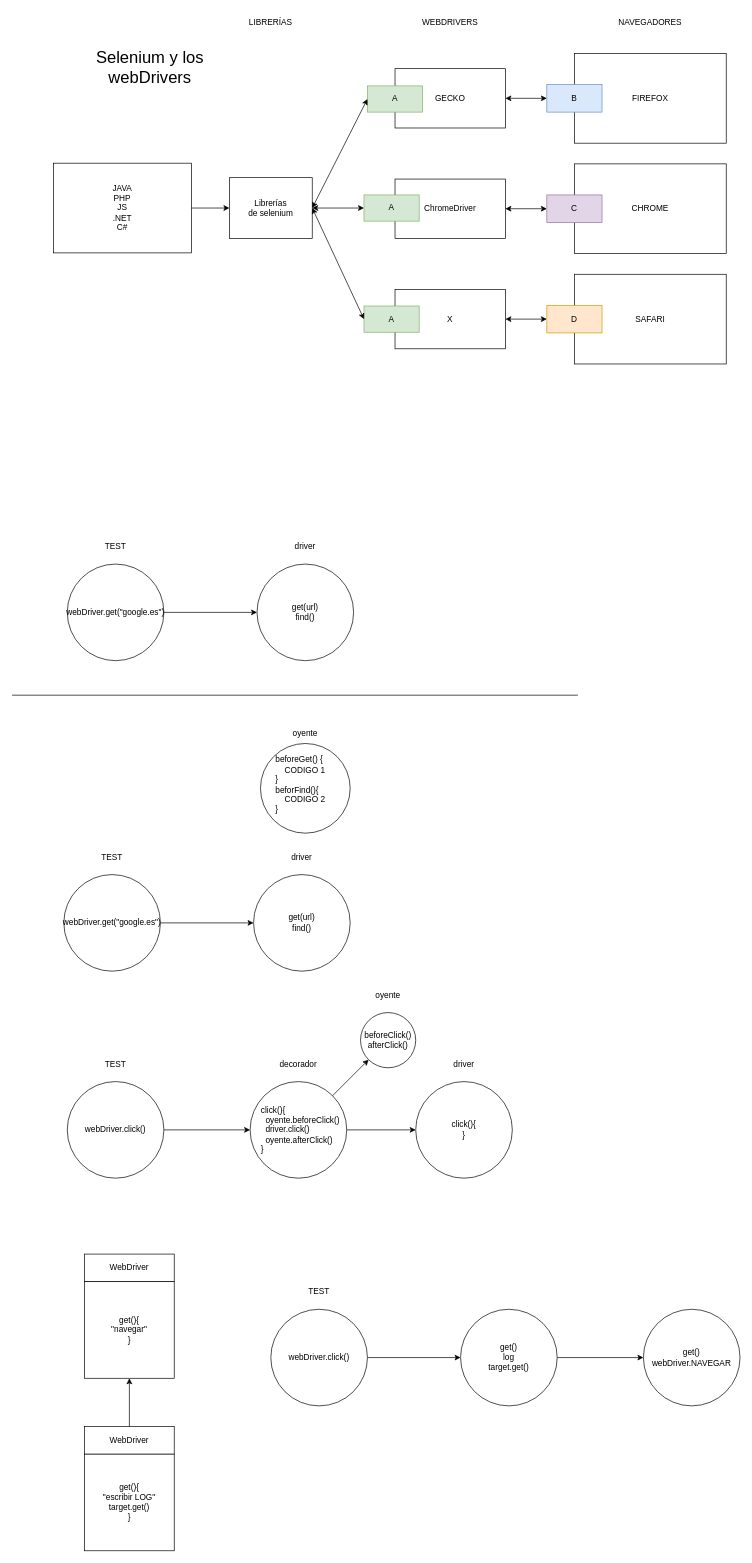
The draw.io diagram page "Página-7" (8 of 15) of tdd.drawio in lrag/TDD, before the edit. Source tidied: cells renumbered, new cells numbered last; positions are measured from the earlier drawing's top-left corner, leaving out a move shared by most shapes. Both pictures are drawn from the tidied source at 69%, with x=0, y=0 at pixel (12, 12).
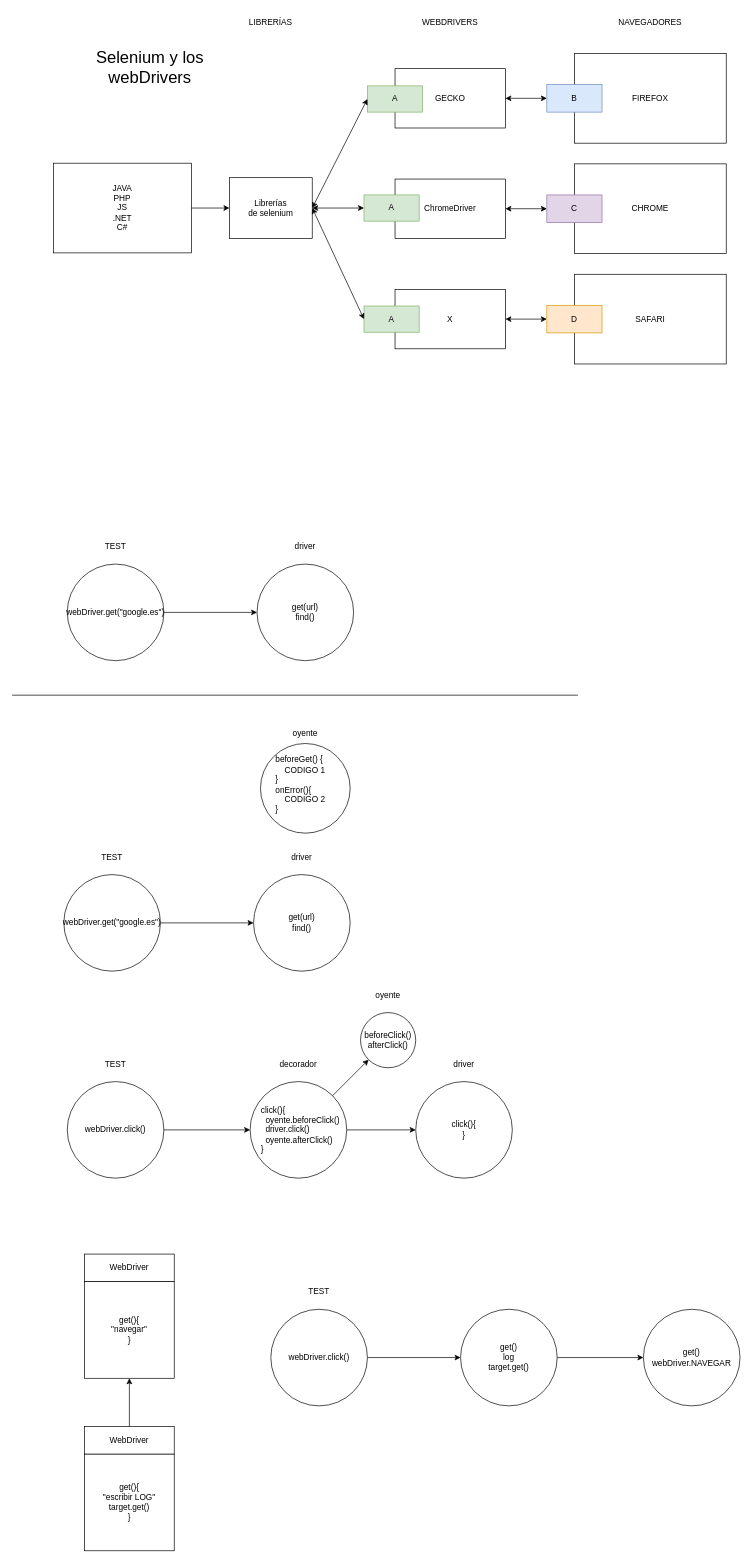
The same diagram, later.

The edit, as a diff of the source:
```diff
@@
-    <mxCell id="46" value="beforeGet() {&lt;br style=&quot;border-color: var(--border-color);&quot;&gt;&amp;nbsp; &amp;nbsp; CODIGO 1&lt;br style=&quot;border-color: var(--border-color);&quot;&gt;}&lt;br style=&quot;border-color: var(--border-color);&quot;&gt;beforFind(){&amp;nbsp;&lt;br style=&quot;border-color: var(--border-color);&quot;&gt;&amp;nbsp; &amp;nbsp; CODIGO 2&lt;br style=&quot;border-color: var(--border-color);&quot;&gt;&lt;div style=&quot;&quot;&gt;&lt;span style=&quot;background-color: initial;&quot;&gt;}&lt;/span&gt;&lt;/div&gt;" style="text;html=1;strokeColor=none;fillColor=none;align=left;verticalAlign=middle;whiteSpace=wrap;rounded=0;" parent="1" vertex="1">
+    <mxCell id="46" value="beforeGet() {&lt;br style=&quot;border-color: var(--border-color);&quot;&gt;&amp;nbsp; &amp;nbsp; CODIGO 1&lt;br style=&quot;border-color: var(--border-color);&quot;&gt;}&lt;br style=&quot;border-color: var(--border-color);&quot;&gt;onError(){&amp;nbsp;&lt;br style=&quot;border-color: var(--border-color);&quot;&gt;&amp;nbsp; &amp;nbsp; CODIGO 2&lt;br style=&quot;border-color: var(--border-color);&quot;&gt;&lt;div style=&quot;&quot;&gt;&lt;span style=&quot;background-color: initial;&quot;&gt;}&lt;/span&gt;&lt;/div&gt;" style="text;html=1;strokeColor=none;fillColor=none;align=left;verticalAlign=middle;whiteSpace=wrap;rounded=0;" parent="1" vertex="1">
       <mxGeometry x="380" y="1080" width="90" height="80" as="geometry" />
     </mxCell>
```
